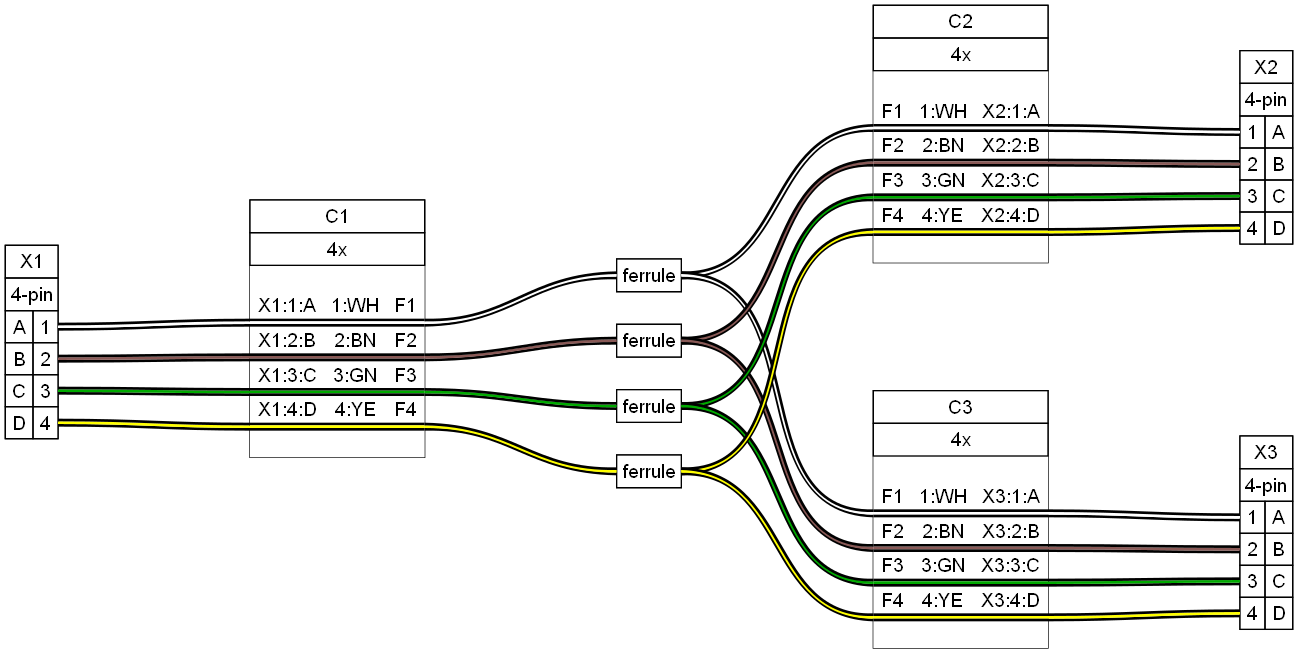
wireviz/WireViz keeps this Graphviz diagram as examples/ex13.png. Above is the earlier version. Its source is kept beside it as examples/ex13.gv.
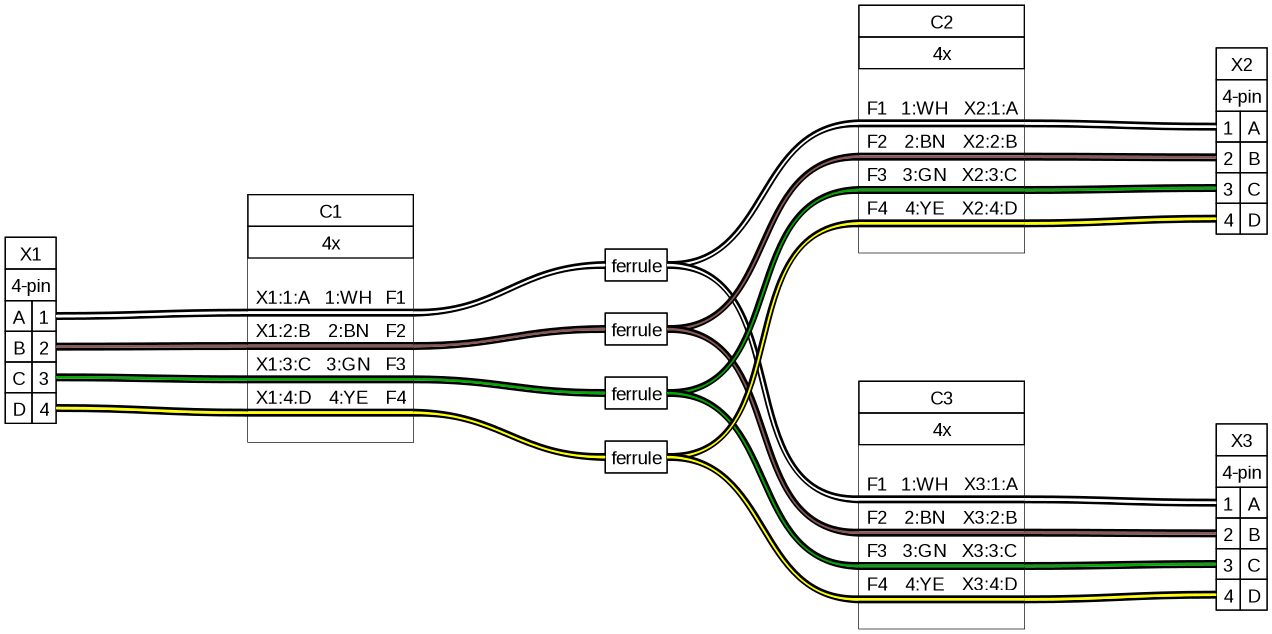
After the change.

The edit, as a diff of the source:
```diff
@@ -27,22 +27,18 @@
    <table border="0" cellborder="1" cellpadding="3" cellspacing="0">
     <tr>
      <td>A</td>
-     []
      <td port="p1r">1</td>
     </tr>
     <tr>
      <td>B</td>
-     []
      <td port="p2r">2</td>
     </tr>
     <tr>
      <td>C</td>
-     []
      <td port="p3r">3</td>
     </tr>
     <tr>
      <td>D</td>
-     []
      <td port="p4r">4</td>
     </tr>
    </table>
@@ -128,22 +124,18 @@
     <tr>
      <td port="p1l">1</td>
      <td>A</td>
-     []
     </tr>
     <tr>
      <td port="p2l">2</td>
      <td>B</td>
-     []
     </tr>
     <tr>
      <td port="p3l">3</td>
      <td>C</td>
-     []
     </tr>
     <tr>
      <td port="p4l">4</td>
      <td>D</td>
-     []
     </tr>
    </table>
   </td>
@@ -176,22 +168,18 @@
     <tr>
      <td port="p1l">1</td>
      <td>A</td>
-     []
     </tr>
     <tr>
      <td port="p2l">2</td>
      <td>B</td>
-     []
     </tr>
     <tr>
      <td port="p3l">3</td>
      <td>C</td>
-     []
     </tr>
     <tr>
      <td port="p4l">4</td>
      <td>D</td>
-     []
     </tr>
    </table>
   </td>
@@ -232,19 +220,7 @@
      <td align="right">F1 </td>
     </tr>
     <tr>
-     <td border="0" cellspacing="0" cellpadding="0" colspan="5" height="6" port="w1">
-      <table border="0" cellborder="0" cellspacing="0">
-       <tr>
-        <td bgcolor="#FFFFFF" border="0" cellpadding="0" colspan="5" height="2"></td>
-       </tr>
-       <tr>
-        <td bgcolor="#FFFFFF" border="0" cellpadding="0" colspan="5" height="2"></td>
-       </tr>
-       <tr>
-        <td bgcolor="#FFFFFF" border="0" cellpadding="0" colspan="5" height="2"></td>
-       </tr>
-      </table>
-     </td>
+     <td border="0" cellspacing="0" cellpadding="0" colspan="5" height="6" port="w1"></td>
     </tr>
     <tr>
      <td align="left"> X1:2:B</td>
@@ -254,19 +230,7 @@
      <td align="right">F2 </td>
     </tr>
     <tr>
-     <td border="0" cellspacing="0" cellpadding="0" colspan="5" height="6" port="w2">
-      <table border="0" cellborder="0" cellspacing="0">
-       <tr>
-        <td bgcolor="#FFFFFF" border="0" cellpadding="0" colspan="5" height="2"></td>
-       </tr>
-       <tr>
-        <td bgcolor="#FFFFFF" border="0" cellpadding="0" colspan="5" height="2"></td>
-       </tr>
-       <tr>
-        <td bgcolor="#FFFFFF" border="0" cellpadding="0" colspan="5" height="2"></td>
-       </tr>
-      </table>
-     </td>
+     <td border="0" cellspacing="0" cellpadding="0" colspan="5" height="6" port="w2"></td>
     </tr>
     <tr>
      <td align="left"> X1:3:C</td>
@@ -276,19 +240,7 @@
      <td align="right">F3 </td>
     </tr>
     <tr>
-     <td border="0" cellspacing="0" cellpadding="0" colspan="5" height="6" port="w3">
-      <table border="0" cellborder="0" cellspacing="0">
-       <tr>
-        <td bgcolor="#FFFFFF" border="0" cellpadding="0" colspan="5" height="2"></td>
-       </tr>
-       <tr>
-        <td bgcolor="#FFFFFF" border="0" cellpadding="0" colspan="5" height="2"></td>
-       </tr>
-       <tr>
-        <td bgcolor="#FFFFFF" border="0" cellpadding="0" colspan="5" height="2"></td>
-       </tr>
-      </table>
-     </td>
+     <td border="0" cellspacing="0" cellpadding="0" colspan="5" height="6" port="w3"></td>
     </tr>
     <tr>
      <td align="left"> X1:4:D</td>
@@ -298,19 +250,7 @@
      <td align="right">F4 </td>
     </tr>
     <tr>
-     <td border="0" cellspacing="0" cellpadding="0" colspan="5" height="6" port="w4">
-      <table border="0" cellborder="0" cellspacing="0">
-       <tr>
-        <td bgcolor="#FFFFFF" border="0" cellpadding="0" colspan="5" height="2"></td>
-       </tr>
-       <tr>
-        <td bgcolor="#FFFFFF" border="0" cellpadding="0" colspan="5" height="2"></td>
-       </tr>
-       <tr>
-        <td bgcolor="#FFFFFF" border="0" cellpadding="0" colspan="5" height="2"></td>
-       </tr>
-      </table>
-     </td>
+     <td border="0" cellspacing="0" cellpadding="0" colspan="5" height="6" port="w4"></td>
     </tr>
     <tr>
      <td>&nbsp;</td>
@@ -370,19 +310,7 @@
      <td align="right">X2:1:A </td>
     </tr>
     <tr>
-     <td border="0" cellspacing="0" cellpadding="0" colspan="5" height="6" port="w1">
-      <table border="0" cellborder="0" cellspacing="0">
-       <tr>
-        <td bgcolor="#FFFFFF" border="0" cellpadding="0" colspan="5" height="2"></td>
-       </tr>
-       <tr>
-        <td bgcolor="#FFFFFF" border="0" cellpadding="0" colspan="5" height="2"></td>
-       </tr>
-       <tr>
-        <td bgcolor="#FFFFFF" border="0" cellpadding="0" colspan="5" height="2"></td>
-       </tr>
-      </table>
-     </td>
+     <td border="0" cellspacing="0" cellpadding="0" colspan="5" height="6" port="w1"></td>
     </tr>
     <tr>
      <td align="left"> F2</td>
@@ -392,19 +320,7 @@
      <td align="right">X2:2:B </td>
     </tr>
     <tr>
-     <td border="0" cellspacing="0" cellpadding="0" colspan="5" height="6" port="w2">
-      <table border="0" cellborder="0" cellspacing="0">
-       <tr>
-        <td bgcolor="#FFFFFF" border="0" cellpadding="0" colspan="5" height="2"></td>
-       </tr>
-       <tr>
-        <td bgcolor="#FFFFFF" border="0" cellpadding="0" colspan="5" height="2"></td>
-       </tr>
-       <tr>
-        <td bgcolor="#FFFFFF" border="0" cellpadding="0" colspan="5" height="2"></td>
-       </tr>
-      </table>
-     </td>
+     <td border="0" cellspacing="0" cellpadding="0" colspan="5" height="6" port="w2"></td>
     </tr>
     <tr>
      <td align="left"> F3</td>
@@ -414,19 +330,7 @@
      <td align="right">X2:3:C </td>
     </tr>
     <tr>
-     <td border="0" cellspacing="0" cellpadding="0" colspan="5" height="6" port="w3">
-      <table border="0" cellborder="0" cellspacing="0">
-       <tr>
-        <td bgcolor="#FFFFFF" border="0" cellpadding="0" colspan="5" height="2"></td>
-       </tr>
-       <tr>
-        <td bgcolor="#FFFFFF" border="0" cellpadding="0" colspan="5" height="2"></td>
-       </tr>
-       <tr>
-        <td bgcolor="#FFFFFF" border="0" cellpadding="0" colspan="5" height="2"></td>
-       </tr>
-      </table>
-     </td>
+     <td border="0" cellspacing="0" cellpadding="0" colspan="5" height="6" port="w3"></td>
     </tr>
     <tr>
      <td align="left"> F4</td>
@@ -436,19 +340,7 @@
      <td align="right">X2:4:D </td>
     </tr>
     <tr>
-     <td border="0" cellspacing="0" cellpadding="0" colspan="5" height="6" port="w4">
-      <table border="0" cellborder="0" cellspacing="0">
-       <tr>
-        <td bgcolor="#FFFFFF" border="0" cellpadding="0" colspan="5" height="2"></td>
-       </tr>
-       <tr>
-        <td bgcolor="#FFFFFF" border="0" cellpadding="0" colspan="5" height="2"></td>
-       </tr>
-       <tr>
-        <td bgcolor="#FFFFFF" border="0" cellpadding="0" colspan="5" height="2"></td>
-       </tr>
-      </table>
-     </td>
+     <td border="0" cellspacing="0" cellpadding="0" colspan="5" height="6" port="w4"></td>
     </tr>
     <tr>
      <td>&nbsp;</td>
@@ -508,19 +400,7 @@
      <td align="right">X3:1:A </td>
     </tr>
     <tr>
-     <td border="0" cellspacing="0" cellpadding="0" colspan="5" height="6" port="w1">
-      <table border="0" cellborder="0" cellspacing="0">
-       <tr>
-        <td bgcolor="#FFFFFF" border="0" cellpadding="0" colspan="5" height="2"></td>
-       </tr>
-       <tr>
-        <td bgcolor="#FFFFFF" border="0" cellpadding="0" colspan="5" height="2"></td>
-       </tr>
-       <tr>
-        <td bgcolor="#FFFFFF" border="0" cellpadding="0" colspan="5" height="2"></td>
-       </tr>
-      </table>
-     </td>
+     <td border="0" cellspacing="0" cellpadding="0" colspan="5" height="6" port="w1"></td>
     </tr>
     <tr>
      <td align="left"> F2</td>
@@ -530,19 +410,7 @@
      <td align="right">X3:2:B </td>
     </tr>
     <tr>
-     <td border="0" cellspacing="0" cellpadding="0" colspan="5" height="6" port="w2">
-      <table border="0" cellborder="0" cellspacing="0">
-       <tr>
-        <td bgcolor="#FFFFFF" border="0" cellpadding="0" colspan="5" height="2"></td>
-       </tr>
-       <tr>
-        <td bgcolor="#FFFFFF" border="0" cellpadding="0" colspan="5" height="2"></td>
-       </tr>
-       <tr>
-        <td bgcolor="#FFFFFF" border="0" cellpadding="0" colspan="5" height="2"></td>
-       </tr>
-      </table>
-     </td>
+     <td border="0" cellspacing="0" cellpadding="0" colspan="5" height="6" port="w2"></td>
     </tr>
     <tr>
      <td align="left"> F3</td>
@@ -552,19 +420,7 @@
      <td align="right">X3:3:C </td>
     </tr>
     <tr>
-     <td border="0" cellspacing="0" cellpadding="0" colspan="5" height="6" port="w3">
-      <table border="0" cellborder="0" cellspacing="0">
-       <tr>
-        <td bgcolor="#FFFFFF" border="0" cellpadding="0" colspan="5" height="2"></td>
-       </tr>
-       <tr>
-        <td bgcolor="#FFFFFF" border="0" cellpadding="0" colspan="5" height="2"></td>
-       </tr>
-       <tr>
-        <td bgcolor="#FFFFFF" border="0" cellpadding="0" colspan="5" height="2"></td>
-       </tr>
-      </table>
-     </td>
+     <td border="0" cellspacing="0" cellpadding="0" colspan="5" height="6" port="w3"></td>
     </tr>
     <tr>
      <td align="left"> F4</td>
@@ -574,19 +430,7 @@
      <td align="right">X3:4:D </td>
     </tr>
     <tr>
-     <td border="0" cellspacing="0" cellpadding="0" colspan="5" height="6" port="w4">
-      <table border="0" cellborder="0" cellspacing="0">
-       <tr>
-        <td bgcolor="#FFFFFF" border="0" cellpadding="0" colspan="5" height="2"></td>
-       </tr>
-       <tr>
-        <td bgcolor="#FFFFFF" border="0" cellpadding="0" colspan="5" height="2"></td>
-       </tr>
-       <tr>
-        <td bgcolor="#FFFFFF" border="0" cellpadding="0" colspan="5" height="2"></td>
-       </tr>
-      </table>
-     </td>
+     <td border="0" cellspacing="0" cellpadding="0" colspan="5" height="6" port="w4"></td>
     </tr>
     <tr>
      <td>&nbsp;</td>
```
